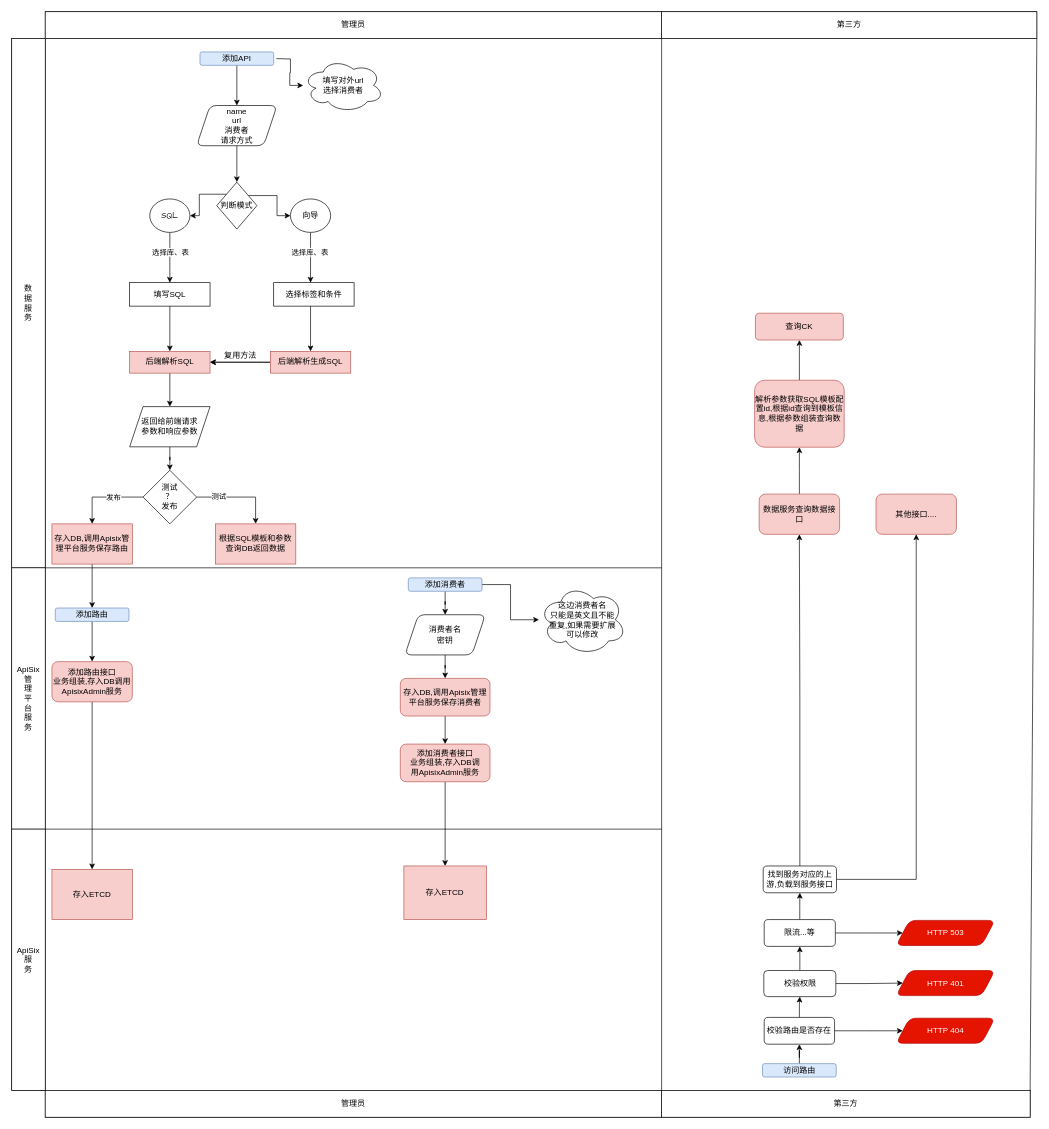
Earlier version of the draw.io diagram 未命名绘图.drawio (ironZr/draw). Source tidied: cells renumbered, new cells numbered last; positions are measured from the earlier drawing's top-left corner, leaving out a move shared by most shapes. Both pictures are drawn from the tidied source at 67%, with x=0, y=0 at pixel (11, 11).
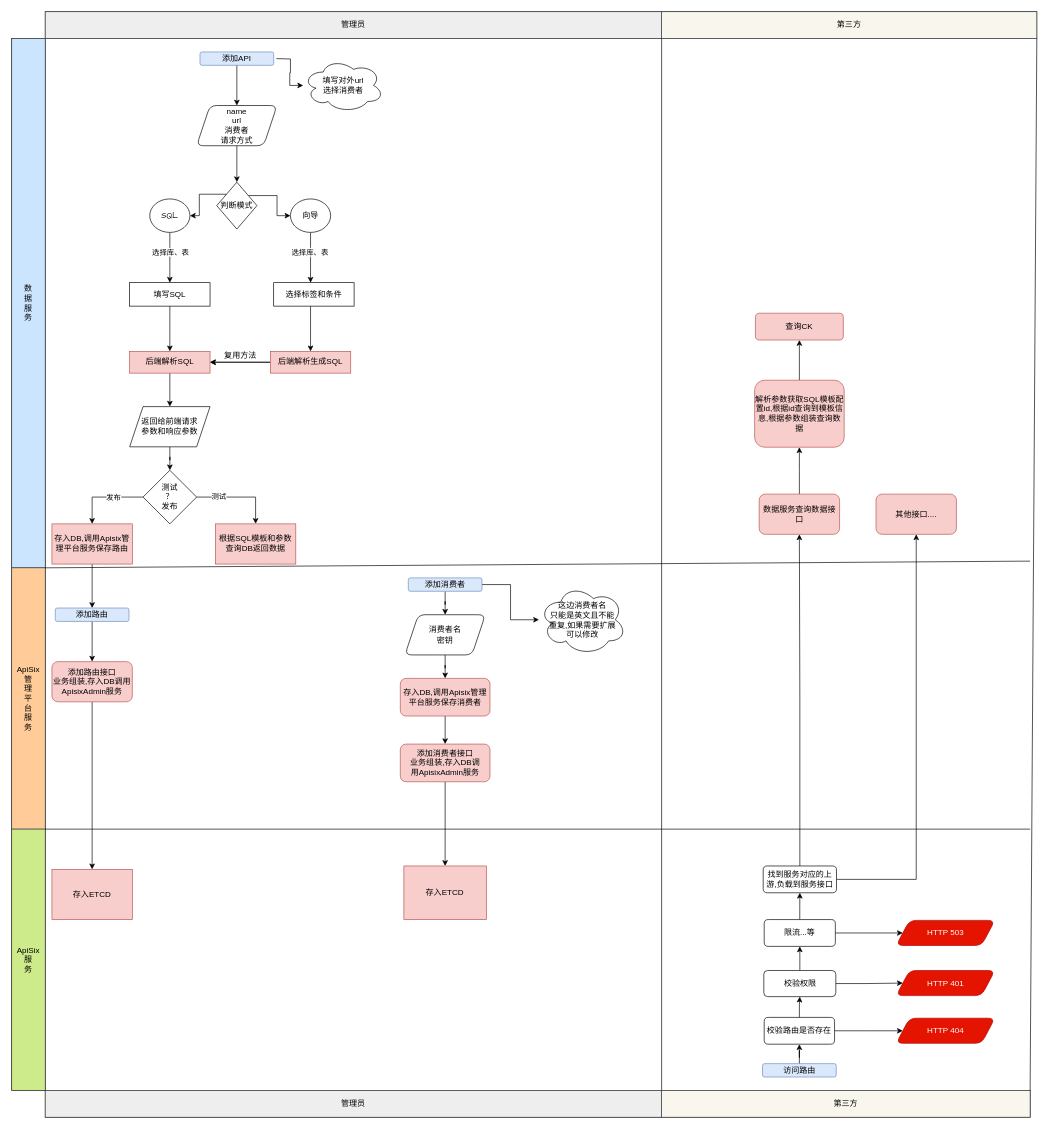
Above is the later version.

Commit message (it also covers changes not shown here):
数据服务泳道图.drawio

Diff of the diagram source:
```diff
@@
-    <mxCell id="4" value="数&lt;br&gt;据&lt;br&gt;服&lt;br&gt;务" style="rounded=0;whiteSpace=wrap;html=1;" parent="1" vertex="1">
+    <mxCell id="4" value="数&lt;br&gt;据&lt;br&gt;服&lt;br&gt;务" style="rounded=0;whiteSpace=wrap;html=1;fillColor=#cce5ff;strokeColor=#36393d;" parent="1" vertex="1">
       <mxGeometry y="40" width="50" height="790" as="geometry" />
     </mxCell>
-    <mxCell id="5" value="ApiSix&lt;br&gt;管&lt;br&gt;理&lt;br&gt;平&lt;br&gt;台&lt;br&gt;服&lt;br&gt;务" style="rounded=0;whiteSpace=wrap;html=1;" parent="1" vertex="1">
+    <mxCell id="5" value="ApiSix&lt;br&gt;管&lt;br&gt;理&lt;br&gt;平&lt;br&gt;台&lt;br&gt;服&lt;br&gt;务" style="rounded=0;whiteSpace=wrap;html=1;fillColor=#ffcc99;strokeColor=#36393d;" parent="1" vertex="1">
       <mxGeometry y="830" width="50" height="390" as="geometry" />
     </mxCell>
-    <mxCell id="6" value="ApiSix&lt;br&gt;服&lt;br&gt;务" style="rounded=0;whiteSpace=wrap;html=1;" parent="1" vertex="1">
+    <mxCell id="6" value="ApiSix&lt;br&gt;服&lt;br&gt;务" style="rounded=0;whiteSpace=wrap;html=1;fillColor=#cdeb8b;strokeColor=#36393d;" parent="1" vertex="1">
       <mxGeometry y="1220" width="50" height="390" as="geometry" />
     </mxCell>
@@
-    <mxCell id="58" value="管理员" style="rounded=0;whiteSpace=wrap;html=1;" parent="1" vertex="1">
+    <mxCell id="58" value="管理员" style="rounded=0;whiteSpace=wrap;html=1;fillColor=#eeeeee;strokeColor=#36393d;" parent="1" vertex="1">
       <mxGeometry x="50" width="920" height="40" as="geometry" />
     </mxCell>
-    <mxCell id="59" value="第三方" style="rounded=0;whiteSpace=wrap;html=1;" parent="1" vertex="1">
+    <mxCell id="59" value="第三方" style="rounded=0;whiteSpace=wrap;html=1;fillColor=#f9f7ed;strokeColor=#36393d;" parent="1" vertex="1">
       <mxGeometry x="970" width="560" height="40" as="geometry" />
     </mxCell>
@@
     <mxCell id="62" style="endArrow=none;html=1;rounded=0;" parent="1" edge="1">
       <mxGeometry relative="1" as="geometry">
         <mxPoint x="50" y="1220" as="sourcePoint" />
-        <mxPoint x="970" y="1220" as="targetPoint" />
+        <mxPoint x="1520" y="1220" as="targetPoint" />
       </mxGeometry>
     </mxCell>
     <mxCell id="63" style="endArrow=none;html=1;rounded=0;" parent="1" edge="1">
       <mxGeometry relative="1" as="geometry">
         <mxPoint x="50" y="830" as="sourcePoint" />
-        <mxPoint x="970" y="830" as="targetPoint" />
+        <mxPoint x="1520" y="820" as="targetPoint" />
       </mxGeometry>
     </mxCell>
@@
-    <mxCell id="65" value="管理员" style="rounded=0;whiteSpace=wrap;html=1;" parent="1" vertex="1">
+    <mxCell id="65" value="管理员" style="rounded=0;whiteSpace=wrap;html=1;fillColor=#eeeeee;strokeColor=#36393d;" parent="1" vertex="1">
       <mxGeometry x="50" y="1610" width="920" height="40" as="geometry" />
     </mxCell>
-    <mxCell id="66" value="第三方" style="rounded=0;whiteSpace=wrap;html=1;" parent="1" vertex="1">
+    <mxCell id="66" value="第三方" style="rounded=0;whiteSpace=wrap;html=1;fillColor=#f9f7ed;strokeColor=#36393d;" parent="1" vertex="1">
       <mxGeometry x="970" y="1610" width="550" height="40" as="geometry" />
     </mxCell>
```
